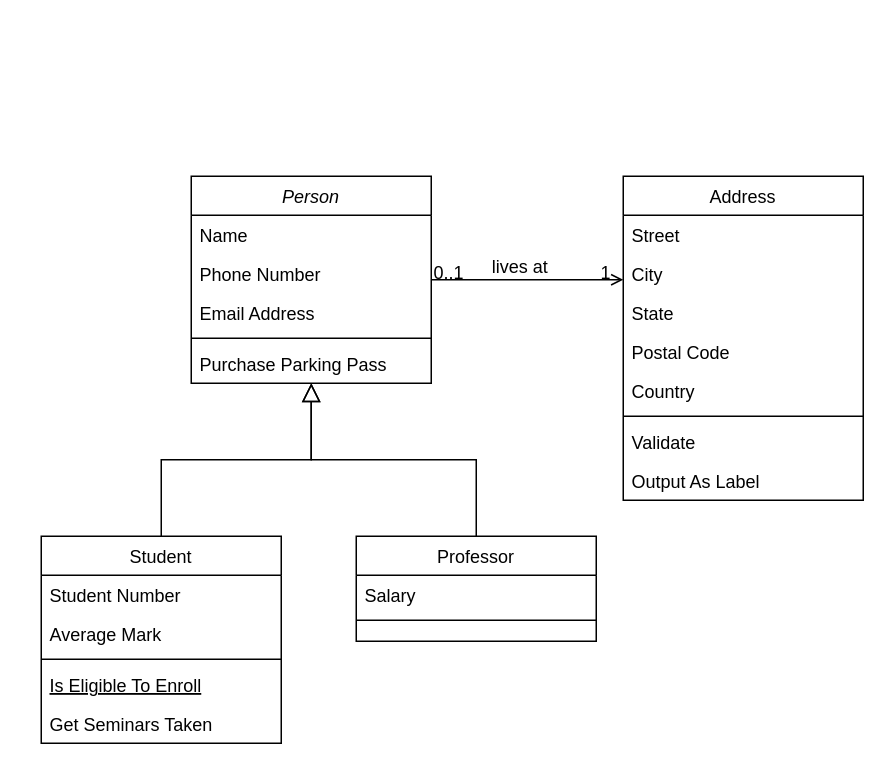
Khoaph1709/Oasis-OOP-Solution keeps this draw.io diagram as Class Diagram/Untitled Diagram.drawio. Above is the earlier version. Source tidied: cells renumbered, new cells numbered last; positions are measured from the earlier drawing's top-left corner, leaving out a move shared by most shapes. Both pictures are drawn from the tidied source at 150%, with x=0, y=0 at pixel (40, 176).
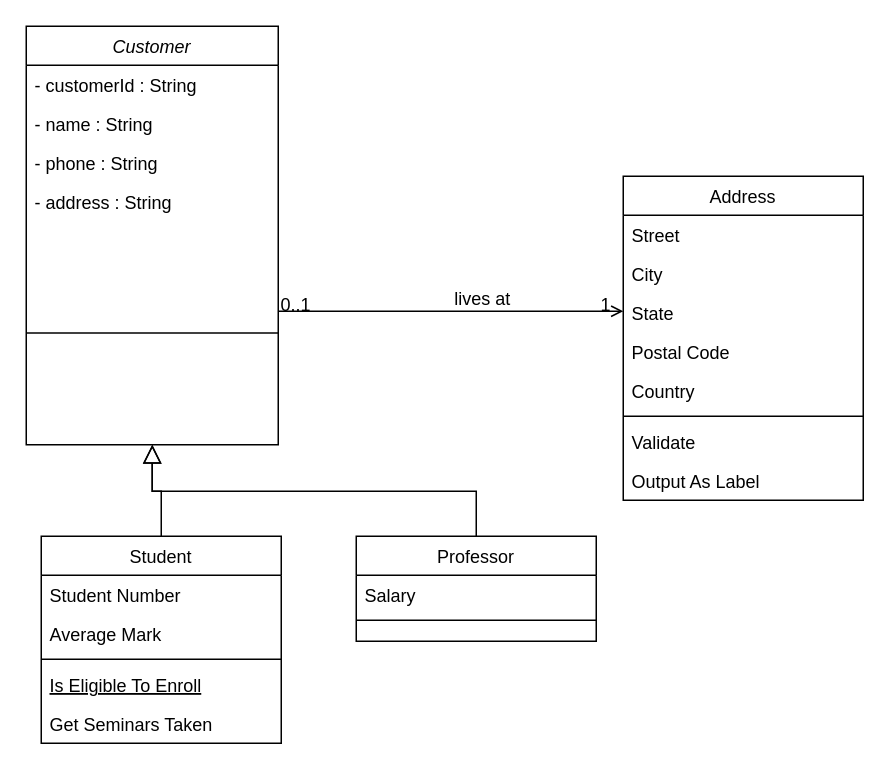
The same page after the edit.

The edit, as a diff of the source:
```diff
@@
-    <mxCell id="2" value="Person" style="swimlane;fontStyle=2;align=center;verticalAlign=top;horizontal=1;startSize=26;rounded=0;shadow=0;strokeWidth=1;" parent="1" vertex="1">
-      <mxGeometry x="100" width="160" height="138" as="geometry" />
+    <mxCell id="2" value="Customer" style="swimlane;fontStyle=2;align=center;verticalAlign=top;horizontal=1;startSize=26;rounded=0;shadow=0;strokeWidth=1;swimlaneLine=1;" parent="1" vertex="1">
+      <mxGeometry x="-10" y="-100" width="168" height="279" as="geometry" />
     </mxCell>
-    <mxCell id="3" value="Name" style="text;align=left;verticalAlign=top;spacingLeft=4;spacingRight=4;overflow=hidden;" parent="2" vertex="1">
-      <mxGeometry y="26" width="160" height="26" as="geometry" />
+    <mxCell id="3" value="- customerId : String" style="text;align=left;verticalAlign=top;spacingLeft=4;spacingRight=4;overflow=hidden;" parent="2" vertex="1">
+      <mxGeometry y="26" width="168" height="26" as="geometry" />
     </mxCell>
-    <mxCell id="4" value="Phone Number" style="text;align=left;verticalAlign=top;spacingLeft=4;spacingRight=4;overflow=hidden;rounded=0;shadow=0;html=0;" parent="2" vertex="1">
-      <mxGeometry y="52" width="160" height="26" as="geometry" />
+    <mxCell id="4" value="- name : String&#10;" style="text;align=left;verticalAlign=top;spacingLeft=4;spacingRight=4;overflow=hidden;rounded=0;shadow=0;html=0;" parent="2" vertex="1">
+      <mxGeometry y="52" width="168" height="26" as="geometry" />
     </mxCell>
-    <mxCell id="5" value="Email Address" style="text;align=left;verticalAlign=top;spacingLeft=4;spacingRight=4;overflow=hidden;rounded=0;shadow=0;html=0;" parent="2" vertex="1">
-      <mxGeometry y="78" width="160" height="26" as="geometry" />
+    <mxCell id="5" value="- phone : String" style="text;align=left;verticalAlign=top;spacingLeft=4;spacingRight=4;overflow=hidden;rounded=0;shadow=0;html=0;" parent="2" vertex="1">
+      <mxGeometry y="78" width="168" height="26" as="geometry" />
     </mxCell>
+    <mxCell id="7" value="- address : String" style="text;align=left;verticalAlign=top;spacingLeft=4;spacingRight=4;overflow=hidden;" parent="2" vertex="1">
+      <mxGeometry y="104" width="168" height="26" as="geometry" />
+    </mxCell>
     <mxCell id="6" style="line;html=1;strokeWidth=1;align=left;verticalAlign=middle;spacingTop=-1;spacingLeft=3;spacingRight=3;labelPosition=right;" parent="2" vertex="1">
-      <mxGeometry y="104" width="160" height="8" as="geometry" />
+      <mxGeometry y="130" width="168" height="149" as="geometry" />
     </mxCell>
-    <mxCell id="7" value="Purchase Parking Pass" style="text;align=left;verticalAlign=top;spacingLeft=4;spacingRight=4;overflow=hidden;" parent="2" vertex="1">
-      <mxGeometry y="112" width="160" height="26" as="geometry" />
-    </mxCell>
```
